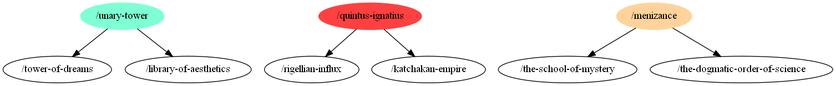
This is at-general.png from m-r-hunt/od117-walker, a Graphviz export, as it was before one commit. Its source is kept beside it as at-general.dot.
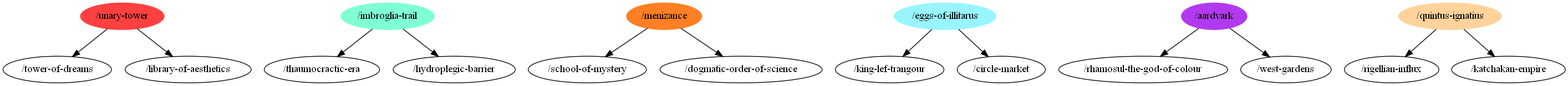
After the change.

Diff of the diagram source:
```diff
@@ -1,17 +1,32 @@
 digraph G {
-"/unary-tower" [color=aquamarine,style=filled];
-"/quintus-ignatius" [color=brown1,style=filled];
-"/menizance" [color=burlywood1,style=filled];
+"/unary-tower" [color=brown1,style=filled];
+"/thaumocractic-era";
+"/school-of-mystery";
+"/imbroglia-trail" [color=aquamarine,style=filled];
+"/king-lef-trangour";
+"/rhamosul-the-god-of-colour";
+"/eggs-of-illitarus" [color=cadetblue1,style=filled];
+"/quintus-ignatius" [color=burlywood1,style=filled];
+"/west-gardens";
 "/tower-of-dreams";
+"/dogmatic-order-of-science";
+"/rigellian-influx";
+"/hydroplegic-barrier";
 "/library-of-aesthetics";
-"/rigellian-influx";
+"/circle-market";
+"/menizance" [color=chocolate1,style=filled];
 "/katchakan-empire";
-"/the-school-of-mystery";
-"/the-dogmatic-order-of-science";
+"/aardvark" [color=darkorchid2,style=filled];
 "/unary-tower" -> "/tower-of-dreams";
 "/unary-tower" -> "/library-of-aesthetics";
+"/imbroglia-trail" -> "/thaumocractic-era";
+"/imbroglia-trail" -> "/hydroplegic-barrier";
+"/eggs-of-illitarus" -> "/king-lef-trangour";
+"/eggs-of-illitarus" -> "/circle-market";
 "/quintus-ignatius" -> "/rigellian-influx";
 "/quintus-ignatius" -> "/katchakan-empire";
-"/menizance" -> "/the-school-of-mystery";
-"/menizance" -> "/the-dogmatic-order-of-science";
+"/menizance" -> "/school-of-mystery";
+"/menizance" -> "/dogmatic-order-of-science";
+"/aardvark" -> "/rhamosul-the-god-of-colour";
+"/aardvark" -> "/west-gardens";
 }
```
